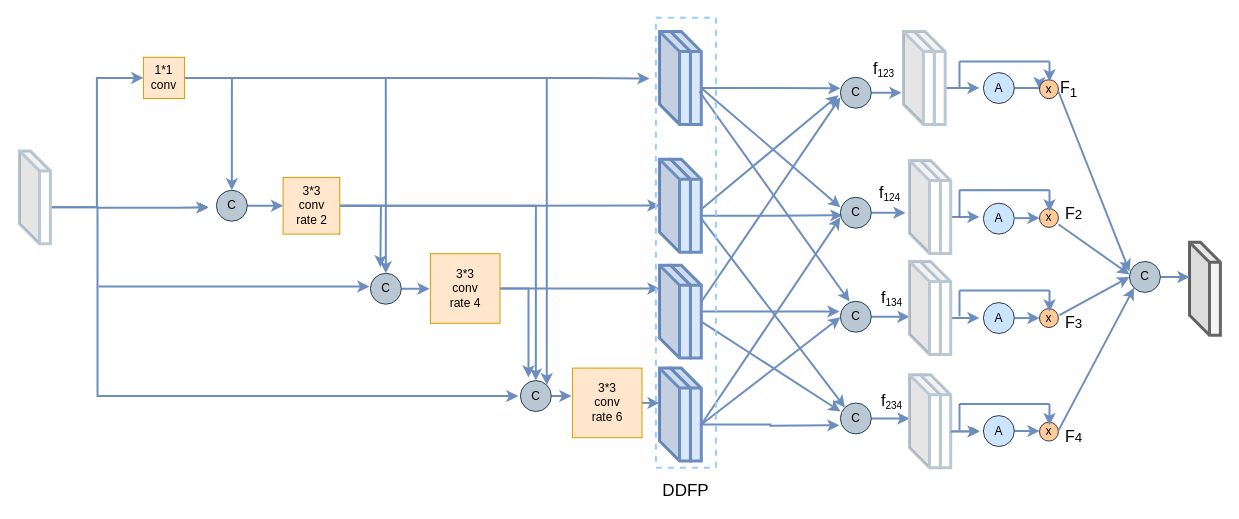
Before: CCASPP.drawio in Hymhh/hymhh, a draw.io diagram. Source tidied: cells renumbered, new cells numbered last; positions are measured from the earlier drawing's top-left corner, leaving out a move shared by most shapes. Both pictures are drawn from the tidied source at 100%, with x=0, y=0 at pixel (19, 17).
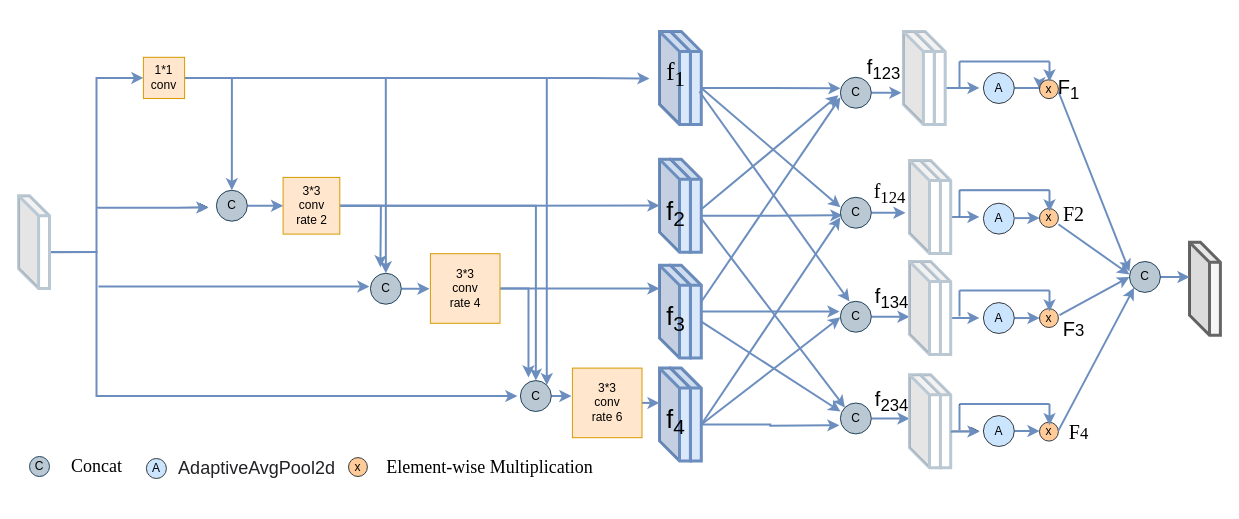
The same page after the edit.

Unchanged cells that the change refers to:
```xml
<mxCell id="14" value="3*3&lt;br&gt;conv&lt;br&gt;rate 2" style="whiteSpace=wrap;html=1;strokeWidth=1;fillColor=#ffe6cc;strokeColor=#d79b00;" parent="1" vertex="1">
  <mxGeometry x="263.6" y="159.9" width="56.7" height="56.7" as="geometry" />
</mxCell>
<mxCell id="25" value="C" style="ellipse;whiteSpace=wrap;html=1;strokeColor=#23445d;strokeWidth=1;fillColor=#bac8d3;" parent="1" vertex="1">
  <mxGeometry x="500.9" y="363.1" width="30.9" height="30.9" as="geometry" />
</mxCell>
```

The edit, as a diff of the source:
```diff
@@
-    <mxCell id="4" style="edgeStyle=orthogonalEdgeStyle;rounded=0;orthogonalLoop=1;jettySize=auto;html=1;exitX=0;exitY=0;exitDx=30.922242314647377;exitDy=56.42857142857143;exitPerimeter=0;entryX=0;entryY=0.5;entryDx=0;entryDy=0;fillColor=#dae8fc;strokeColor=#6c8ebf;strokeWidth=2;" parent="1" edge="1">
-      <mxGeometry relative="1" as="geometry">
-        <mxPoint x="28.9" y="189.8" as="sourcePoint" />
-        <mxPoint x="498.9" y="378.6" as="targetPoint" />
-        <Array as="points">
-          <mxPoint x="78" y="190" />
-          <mxPoint x="78" y="379" />
-        </Array>
-      </mxGeometry>
-    </mxCell>
+    <mxCell id="113" style="edgeStyle=orthogonalEdgeStyle;rounded=0;orthogonalLoop=1;jettySize=auto;html=1;exitX=0;exitY=0;exitDx=30.922242314647377;exitDy=56.42857142857143;exitPerimeter=0;entryX=0;entryY=0.5;entryDx=0;entryDy=0;strokeColor=#6C8EBF;strokeWidth=2;" parent="1" edge="1">
+      <mxGeometry relative="1" as="geometry">
+        <mxPoint x="27" y="234.6" as="sourcePoint" />
+        <mxPoint x="497.9" y="378.6" as="targetPoint" />
+        <Array as="points">
+          <mxPoint x="77" y="235" />
+          <mxPoint x="77" y="379" />
+        </Array>
+      </mxGeometry>
+    </mxCell>
     <mxCell id="5" style="shape=cube;whiteSpace=wrap;html=1;boundedLbl=1;backgroundOutline=1;darkOpacity=0.05;darkOpacity2=0.1;strokeColor=#BAC8D3;strokeWidth=3;" parent="1" vertex="1">
-      <mxGeometry y="133.4" width="30.9" height="92.9" as="geometry" />
+      <mxGeometry x="-0.9" y="178.2" width="30.9" height="92.9" as="geometry" />
     </mxCell>
@@
-    <mxCell id="13" style="edgeStyle=orthogonalEdgeStyle;rounded=0;jettySize=auto;html=1;exitX=1;exitY=0.5;exitDx=0;exitDy=0;entryX=0.5;entryY=0;entryDx=0;entryDy=0;fillColor=#dae8fc;strokeColor=#6c8ebf;strokeWidth=2;" parent="1" edge="1" source="14" target="25">
+    <mxCell id="13" style="edgeStyle=orthogonalEdgeStyle;rounded=0;jettySize=auto;html=1;exitX=1;exitY=0.5;exitDx=0;exitDy=0;entryX=0.5;entryY=0;entryDx=0;entryDy=0;fillColor=#dae8fc;strokeWidth=2;strokeColor=#6C8EBF;" parent="1" edge="1" source="14" target="25">
       <mxGeometry relative="1" as="geometry" />
     </mxCell>
@@
-    <mxCell id="99" value="&lt;font style=&quot;font-size: 17px&quot;&gt;DDFP&lt;/font&gt;" style="text;html=1;align=center;verticalAlign=middle;fillColor=none;strokeColor=none;rounded=0;" parent="1" vertex="1">
-      <mxGeometry x="636.4" y="464" width="60" height="20" as="geometry" />
-    </mxCell>
-    <mxCell id="100" style="rounded=0;whiteSpace=wrap;html=1;dashed=1;fillColor=none;strokeColor=#99CCFF;strokeWidth=2;" parent="1" vertex="1">
-      <mxGeometry x="636.4" y="0.2" width="60" height="450" as="geometry" />
-    </mxCell>
@@
-    <mxCell id="105" value="&lt;font style=&quot;font-size: 16px&quot;&gt;f&lt;/font&gt;&lt;sub&gt;123&lt;/sub&gt;" style="text;html=1;align=center;verticalAlign=middle;fillColor=none;strokeColor=none;rounded=0;" parent="1" vertex="1">
-      <mxGeometry x="843.9" y="42.2" width="40" height="20" as="geometry" />
+    <mxCell id="105" value="&lt;font style=&quot;font-size: 20px&quot;&gt;&lt;font style=&quot;font-size: 20px&quot;&gt;f&lt;/font&gt;&lt;sub&gt;123&lt;/sub&gt;&lt;/font&gt;" style="text;html=1;align=center;verticalAlign=middle;fillColor=none;strokeColor=none;rounded=0;" parent="1" vertex="1">
+      <mxGeometry x="838.9" y="37.2" width="50" height="30" as="geometry" />
     </mxCell>
-    <mxCell id="106" value="&lt;font style=&quot;font-size: 16px&quot;&gt;f&lt;/font&gt;&lt;sub&gt;124&lt;/sub&gt;" style="text;html=1;align=center;verticalAlign=middle;fillColor=none;strokeColor=none;rounded=0;" parent="1" vertex="1">
-      <mxGeometry x="850" y="165.7" width="40" height="20" as="geometry" />
+    <mxCell id="106" value="&lt;font face=&quot;Times New Roman&quot; style=&quot;font-size: 20px&quot;&gt;&lt;font style=&quot;font-size: 20px&quot;&gt;f&lt;/font&gt;&lt;sub&gt;124&lt;/sub&gt;&lt;/font&gt;" style="text;html=1;align=center;verticalAlign=middle;fillColor=none;strokeColor=none;rounded=0;" parent="1" vertex="1">
+      <mxGeometry x="845" y="160.7" width="50" height="30" as="geometry" />
     </mxCell>
-    <mxCell id="107" value="&lt;font style=&quot;font-size: 16px&quot;&gt;f&lt;/font&gt;&lt;sub&gt;134&lt;/sub&gt;" style="text;html=1;align=center;verticalAlign=middle;fillColor=none;strokeColor=none;rounded=0;" parent="1" vertex="1">
-      <mxGeometry x="851.9" y="271.1" width="40" height="20" as="geometry" />
+    <mxCell id="107" value="&lt;font style=&quot;font-size: 20px&quot;&gt;&lt;font style=&quot;font-size: 20px&quot;&gt;f&lt;/font&gt;&lt;sub&gt;134&lt;/sub&gt;&lt;/font&gt;" style="text;html=1;align=center;verticalAlign=middle;fillColor=none;strokeColor=none;rounded=0;" parent="1" vertex="1">
+      <mxGeometry x="846.9" y="266.1" width="50" height="30" as="geometry" />
     </mxCell>
-    <mxCell id="108" value="&lt;font style=&quot;font-size: 16px&quot;&gt;f&lt;/font&gt;&lt;sub&gt;234&lt;/sub&gt;" style="text;html=1;align=center;verticalAlign=middle;fillColor=none;strokeColor=none;rounded=0;" parent="1" vertex="1">
-      <mxGeometry x="851.9" y="374.1" width="40" height="20" as="geometry" />
+    <mxCell id="108" value="&lt;font style=&quot;font-size: 20px&quot;&gt;&lt;font style=&quot;font-size: 20px&quot;&gt;f&lt;/font&gt;&lt;sub&gt;234&lt;/sub&gt;&lt;/font&gt;" style="text;html=1;align=center;verticalAlign=middle;fillColor=none;strokeColor=none;rounded=0;" parent="1" vertex="1">
+      <mxGeometry x="846.9" y="369.1" width="50" height="30" as="geometry" />
     </mxCell>
-    <mxCell id="109" value="&lt;span style=&quot;font-size: 16px&quot;&gt;F&lt;sub&gt;1&lt;/sub&gt;&lt;/span&gt;" style="text;html=1;align=center;verticalAlign=middle;fillColor=none;strokeColor=none;rounded=0;" parent="1" vertex="1">
-      <mxGeometry x="1034" y="61.6" width="30" height="20" as="geometry" />
+    <mxCell id="109" value="&lt;span style=&quot;font-size: 20px&quot;&gt;F&lt;sub&gt;1&lt;/sub&gt;&lt;/span&gt;" style="text;html=1;align=center;verticalAlign=middle;fillColor=none;strokeColor=none;rounded=0;" parent="1" vertex="1">
+      <mxGeometry x="1029" y="56.6" width="40" height="30" as="geometry" />
     </mxCell>
-    <mxCell id="110" value="&lt;span style=&quot;font-size: 16px&quot;&gt;F&lt;/span&gt;&lt;span style=&quot;font-size: 13.3333px&quot;&gt;2&lt;/span&gt;" style="text;html=1;align=center;verticalAlign=middle;fillColor=none;strokeColor=none;rounded=0;" parent="1" vertex="1">
-      <mxGeometry x="1038.9" y="185.7" width="30" height="20" as="geometry" />
+    <mxCell id="110" value="&lt;font face=&quot;Times New Roman&quot; style=&quot;font-size: 20px&quot;&gt;&lt;span&gt;F&lt;/span&gt;&lt;span&gt;2&lt;/span&gt;&lt;/font&gt;" style="text;html=1;align=center;verticalAlign=middle;fillColor=none;strokeColor=none;rounded=0;" parent="1" vertex="1">
+      <mxGeometry x="1033.9" y="185.7" width="40" height="20" as="geometry" />
     </mxCell>
+    <mxCell id="114" value="C" style="ellipse;whiteSpace=wrap;html=1;strokeColor=#23445d;strokeWidth=1;fillColor=#bac8d3;" parent="1" vertex="1">
+      <mxGeometry x="10" y="439" width="20" height="20" as="geometry" />
+    </mxCell>
+    <mxCell id="115" value="&lt;font face=&quot;Times New Roman&quot; style=&quot;font-size: 18px&quot;&gt;Concat&lt;/font&gt;" style="text;html=1;align=center;verticalAlign=middle;fillColor=none;strokeColor=none;rounded=0;strokeWidth=2;" parent="1" vertex="1">
+      <mxGeometry x="41.9" y="439" width="70" height="20" as="geometry" />
+    </mxCell>
+    <mxCell id="116" value="A" style="ellipse;whiteSpace=wrap;html=1;strokeColor=#36393d;strokeWidth=1;fillColor=#cce5ff;" parent="1" vertex="1">
+      <mxGeometry x="126.9" y="441" width="20" height="20" as="geometry" />
+    </mxCell>
+    <mxCell id="117" value="&lt;h1 class=&quot;el-tooltip d-ib title fs-xxl line-2&quot; tabindex=&quot;0&quot; style=&quot;padding: 0px ; margin: 0px ; box-sizing: border-box ; display: inline-block ; overflow: hidden ; word-break: break-all ; outline-width: 0px ; color: rgb(34 , 34 , 38) ; background-color: rgb(255 , 255 , 255) ; font-weight: normal&quot;&gt;&lt;font style=&quot;font-size: 18px&quot;&gt;AdaptiveAvgPool2d&lt;/font&gt;&lt;/h1&gt;" style="text;html=1;align=center;verticalAlign=middle;fillColor=none;strokeColor=none;rounded=0;" parent="1" vertex="1">
+      <mxGeometry x="151.5" y="441" width="170" height="20" as="geometry" />
+    </mxCell>
+    <mxCell id="118" value="x" style="ellipse;whiteSpace=wrap;html=1;strokeColor=#36393d;strokeWidth=1;fillColor=#ffcc99;" parent="1" vertex="1">
+      <mxGeometry x="329" y="440.1" width="18.9" height="18.9" as="geometry" />
+    </mxCell>
+    <mxCell id="119" value="&lt;font face=&quot;Times New Roman&quot; style=&quot;font-size: 18px&quot;&gt;Element-wise Multiplication&lt;/font&gt;" style="text;html=1;align=center;verticalAlign=middle;fillColor=none;strokeColor=none;rounded=0;strokeWidth=2;" parent="1" vertex="1">
+      <mxGeometry x="360" y="440.1" width="220" height="20" as="geometry" />
+    </mxCell>
+    <mxCell id="120" value="&lt;font face=&quot;Times New Roman&quot; style=&quot;font-size: 25px&quot;&gt;&lt;font style=&quot;font-size: 25px&quot;&gt;f&lt;/font&gt;&lt;sub&gt;1&lt;/sub&gt;&lt;/font&gt;" style="text;html=1;align=center;verticalAlign=middle;fillColor=none;strokeColor=none;rounded=0;" parent="1" vertex="1">
+      <mxGeometry x="640.9" y="42.2" width="30" height="30" as="geometry" />
+    </mxCell>
+    <mxCell id="121" value="&lt;font style=&quot;font-size: 25px&quot;&gt;&lt;font style=&quot;font-size: 25px&quot;&gt;f&lt;/font&gt;&lt;font style=&quot;font-size: 25px&quot;&gt;&lt;sub&gt;2&lt;/sub&gt;&lt;/font&gt;&lt;/font&gt;" style="text;html=1;align=center;verticalAlign=middle;fillColor=none;strokeColor=none;rounded=0;" parent="1" vertex="1">
+      <mxGeometry x="640.9" y="180.7" width="30" height="30" as="geometry" />
+    </mxCell>
+    <mxCell id="122" value="&lt;font style=&quot;font-size: 25px&quot;&gt;f&lt;/font&gt;&lt;font style=&quot;font-size: 25px&quot;&gt;&lt;sub&gt;3&lt;/sub&gt;&lt;/font&gt;" style="text;html=1;align=center;verticalAlign=middle;fillColor=none;strokeColor=none;rounded=0;" parent="1" vertex="1">
+      <mxGeometry x="640.5" y="286.1" width="30" height="30" as="geometry" />
+    </mxCell>
+    <mxCell id="123" value="&lt;font style=&quot;font-size: 25px&quot;&gt;f&lt;/font&gt;&lt;font style=&quot;font-size: 25px&quot;&gt;&lt;sub&gt;4&lt;/sub&gt;&lt;/font&gt;" style="text;html=1;align=center;verticalAlign=middle;fillColor=none;strokeColor=none;rounded=0;" parent="1" vertex="1">
+      <mxGeometry x="640.9" y="388.8" width="30" height="30" as="geometry" />
+    </mxCell>
-    <mxCell id="111" value="&lt;span style=&quot;font-size: 16px&quot;&gt;F&lt;/span&gt;&lt;span style=&quot;font-size: 13.3333px&quot;&gt;3&lt;/span&gt;" style="text;html=1;align=center;verticalAlign=middle;fillColor=none;strokeColor=none;rounded=0;" parent="1" vertex="1">
-      <mxGeometry x="1038.9" y="294.7" width="30" height="20" as="geometry" />
+    <mxCell id="111" value="&lt;span style=&quot;font-size: 20px&quot;&gt;F&lt;/span&gt;&lt;span style=&quot;font-size: 16.6667px&quot;&gt;3&lt;/span&gt;" style="text;html=1;align=center;verticalAlign=middle;fillColor=none;strokeColor=none;rounded=0;" parent="1" vertex="1">
+      <mxGeometry x="1033.9" y="301.1" width="40" height="20" as="geometry" />
     </mxCell>
-    <mxCell id="112" value="&lt;span style=&quot;font-size: 16px&quot;&gt;F&lt;/span&gt;&lt;span style=&quot;font-size: 13.3333px&quot;&gt;4&lt;/span&gt;" style="text;html=1;align=center;verticalAlign=middle;fillColor=none;strokeColor=none;rounded=0;" parent="1" vertex="1">
-      <mxGeometry x="1038.9" y="409" width="30" height="20" as="geometry" />
+    <mxCell id="112" value="&lt;font face=&quot;Times New Roman&quot;&gt;&lt;span style=&quot;font-size: 20px&quot;&gt;F&lt;/span&gt;&lt;span style=&quot;font-size: 16.6667px&quot;&gt;4&lt;/span&gt;&lt;/font&gt;" style="text;html=1;align=center;verticalAlign=middle;fillColor=none;strokeColor=none;rounded=0;" parent="1" vertex="1">
+      <mxGeometry x="1043.9" y="404.1" width="30" height="20" as="geometry" />
     </mxCell>
```
